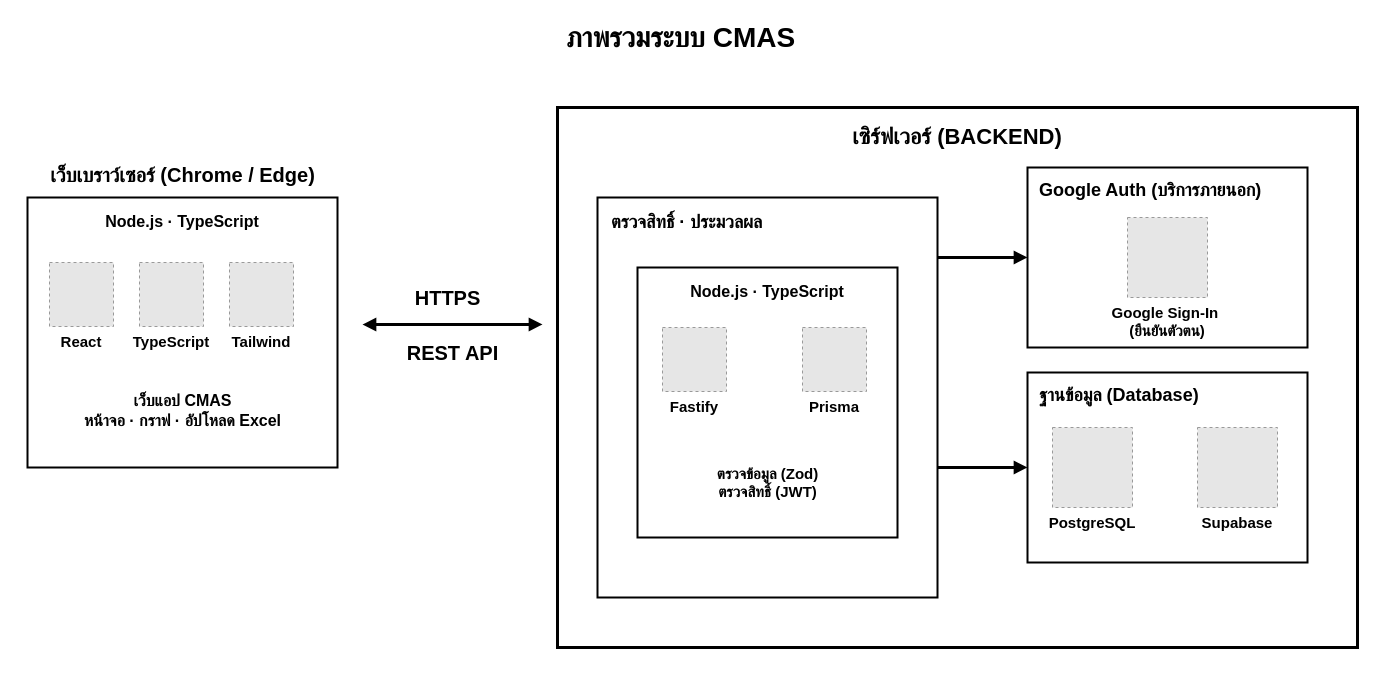
Earlier version of the draw.io diagram page "Overview" (3 of 3) of docs/diagrams/architecture/CMAS-Architecture-Overview.drawio (SIET-KMITL-INCEPTIO/CMAS-CLO). Source tidied: cells renumbered, new cells numbered last; positions are measured from the earlier drawing's top-left corner, leaving out a move shared by most shapes. Both pictures are drawn from the tidied source at 100%, with x=0, y=0 at pixel (17, 17). Pictures stored in the file or linked from it are replaced by grey dashed boxes.
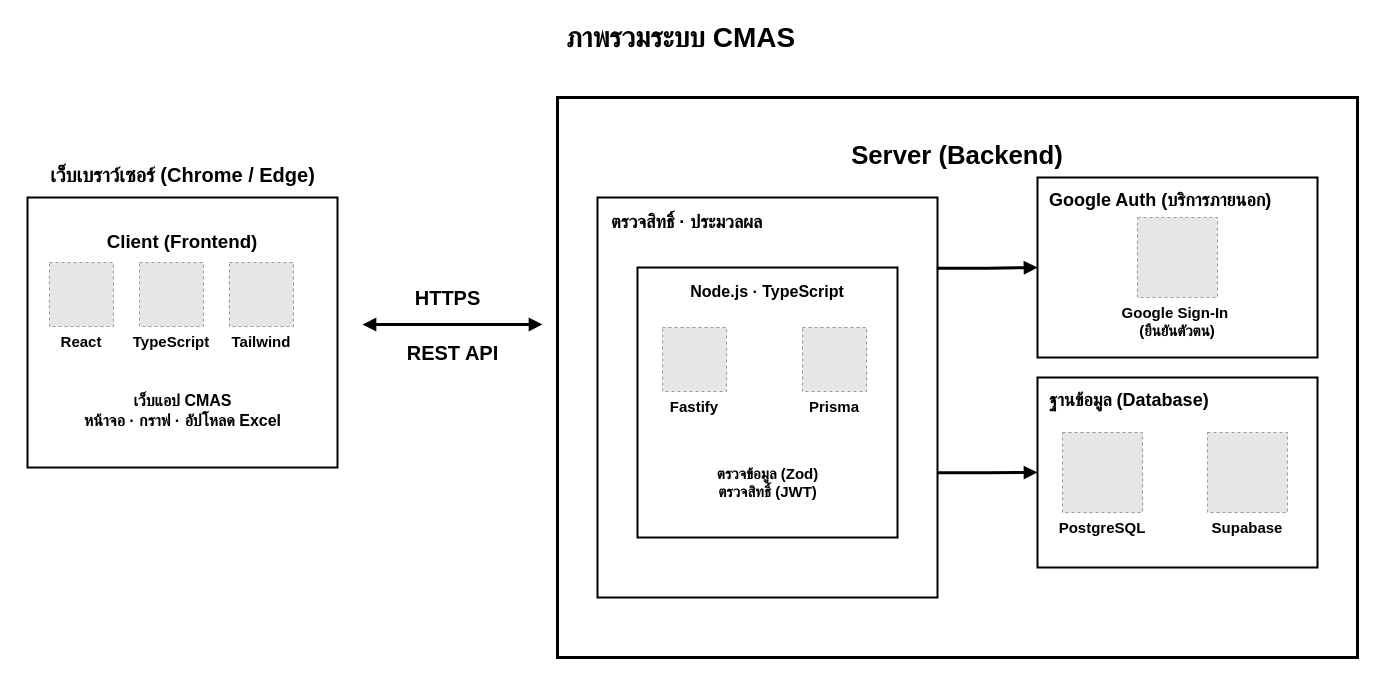
After the change.

Commit message:
docs: update diagram dimensions and adjust element properties for clarity

Unchanged cells that the change refers to:
```xml
<mxCell id="12" value="ตรวจสิทธิ์ · ประมวลผล" style="rounded=0;whiteSpace=wrap;html=1;fillColor=none;strokeColor=#000000;strokeWidth=2;fontSize=18;fontStyle=1;verticalAlign=top;align=left;spacingLeft=12;spacingTop=8;" parent="1" vertex="1">
  <mxGeometry x="580" y="180" width="340" height="400" as="geometry" />
</mxCell>
```

What changed in the source:
```diff
@@
-    <mxCell id="11" value="เซิร์ฟเวอร์ (BACKEND)" style="rounded=0;whiteSpace=wrap;html=1;fillColor=none;strokeColor=#000000;strokeWidth=3;fontSize=22;fontStyle=1;verticalAlign=top;align=center;spacingTop=10;" parent="1" vertex="1">
-      <mxGeometry x="540" y="90" width="800" height="540" as="geometry" />
+    <mxCell id="11" value="&lt;h3&gt;Server (Backend)&lt;/h3&gt;" style="rounded=0;whiteSpace=wrap;html=1;fillColor=none;strokeColor=#000000;strokeWidth=3;fontSize=22;fontStyle=1;verticalAlign=top;align=center;spacingTop=10;" parent="1" vertex="1">
+      <mxGeometry x="540" y="80" width="800" height="560" as="geometry" />
     </mxCell>
@@
     <mxCell id="17" value="Google Auth (บริการภายนอก)" style="rounded=0;whiteSpace=wrap;html=1;fillColor=none;strokeColor=#000000;strokeWidth=2;fontSize=18;fontStyle=1;verticalAlign=top;align=left;spacingLeft=10;spacingTop=6;" parent="1" vertex="1">
-      <mxGeometry x="1010" y="150" width="280" height="180" as="geometry" />
+      <mxGeometry x="1020" y="160" width="280" height="180" as="geometry" />
     </mxCell>
     <mxCell id="18" value="ฐานข้อมูล (Database)" style="rounded=0;whiteSpace=wrap;html=1;fillColor=none;strokeColor=#000000;strokeWidth=2;fontSize=18;fontStyle=1;verticalAlign=top;align=left;spacingLeft=10;spacingTop=6;" parent="1" vertex="1">
-      <mxGeometry x="1010" y="355" width="280" height="190" as="geometry" />
+      <mxGeometry x="1020" y="360" width="280" height="190" as="geometry" />
     </mxCell>
     <mxCell id="19" value="Google Sign-In &#10;(ยืนยันตัวตน)" style="fillColor=#E6E6E6;strokeColor=#999999;dashed=1;verticalLabelPosition=bottom;verticalAlign=top;labelBackgroundColor=none;fontSize=15;fontStyle=1;" parent="1" vertex="1">
-      <mxGeometry x="1110" y="200" width="80" height="80" as="geometry" />
+      <mxGeometry x="1120" y="200" width="80" height="80" as="geometry" />
     </mxCell>
     <mxCell id="20" value="PostgreSQL" style="fillColor=#E6E6E6;strokeColor=#999999;dashed=1;verticalLabelPosition=bottom;verticalAlign=top;labelBackgroundColor=none;fontSize=15;fontStyle=1;" parent="1" vertex="1">
-      <mxGeometry x="1035" y="410" width="80" height="80" as="geometry" />
+      <mxGeometry x="1045" y="415" width="80" height="80" as="geometry" />
     </mxCell>
     <mxCell id="21" value="Supabase" style="fillColor=#E6E6E6;strokeColor=#999999;dashed=1;verticalLabelPosition=bottom;verticalAlign=top;labelBackgroundColor=none;fontSize=15;fontStyle=1;" parent="1" vertex="1">
-      <mxGeometry x="1180" y="410" width="80" height="80" as="geometry" />
+      <mxGeometry x="1190" y="415" width="80" height="80" as="geometry" />
     </mxCell>
-    <mxCell id="22" style="edgeStyle=orthogonalEdgeStyle;rounded=0;html=1;strokeWidth=3;strokeColor=#000000;endArrow=block;endFill=1;fontSize=18;fontStyle=1;labelBackgroundColor=#FFFFFF;exitX=1;exitY=0.15;entryX=0;entryY=0.5;entryDx=0;entryDy=0;" parent="1" edge="1" source="12" target="17">
+    <mxCell id="22" style="edgeStyle=orthogonalEdgeStyle;rounded=0;html=1;strokeWidth=3;strokeColor=#000000;endArrow=block;endFill=1;fontSize=18;fontStyle=1;labelBackgroundColor=#FFFFFF;exitX=0.998;exitY=0.177;entryX=0;entryY=0.5;entryDx=0;entryDy=0;exitDx=0;exitDy=0;exitPerimeter=0;" parent="1" edge="1" source="12" target="17">
       <mxGeometry relative="1" as="geometry" />
     </mxCell>
-    <mxCell id="23" style="edgeStyle=orthogonalEdgeStyle;rounded=0;html=1;strokeWidth=3;strokeColor=#000000;endArrow=block;endFill=1;fontSize=18;fontStyle=1;labelBackgroundColor=#FFFFFF;exitX=1;exitY=0.675;entryX=0;entryY=0.5;entryDx=0;entryDy=0;" parent="1" edge="1" source="12" target="18">
+    <mxCell id="23" style="edgeStyle=orthogonalEdgeStyle;rounded=0;html=1;strokeWidth=3;strokeColor=#000000;endArrow=block;endFill=1;fontSize=18;fontStyle=1;labelBackgroundColor=#FFFFFF;exitX=1;exitY=0.688;entryX=0;entryY=0.5;entryDx=0;entryDy=0;exitDx=0;exitDy=0;exitPerimeter=0;" parent="1" edge="1" source="12" target="18">
       <mxGeometry relative="1" as="geometry" />
     </mxCell>
-    <mxCell id="24" value="Node.js · TypeScript" style="rounded=0;whiteSpace=wrap;html=1;fillColor=none;strokeColor=#000000;strokeWidth=2;fontSize=16;fontStyle=1;verticalAlign=top;spacingTop=8;" parent="1" vertex="1">
+    <mxCell id="24" value="&lt;h3&gt;Client (Frontend)&lt;/h3&gt;" style="rounded=0;whiteSpace=wrap;html=1;fillColor=none;strokeColor=#000000;strokeWidth=2;fontSize=16;fontStyle=1;verticalAlign=top;spacingTop=8;" parent="1" vertex="1">
       <mxGeometry x="10" y="180" width="310" height="270" as="geometry" />
     </mxCell>
```
